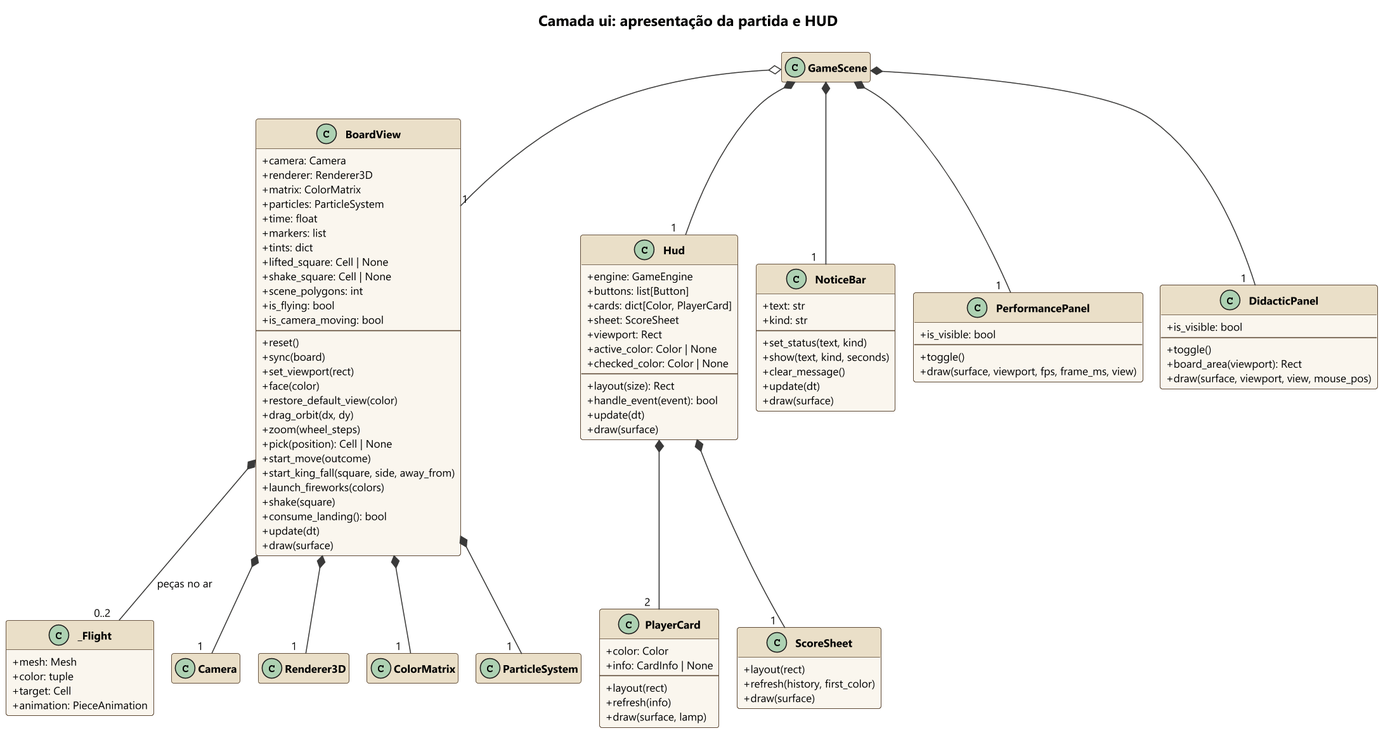
The PlantUML diagram docs/uml/img/classes_ui_partida.png in Kauhan33/chess-the-game, before a commit. Its source is kept beside it as docs/uml/classes_ui_partida.puml.
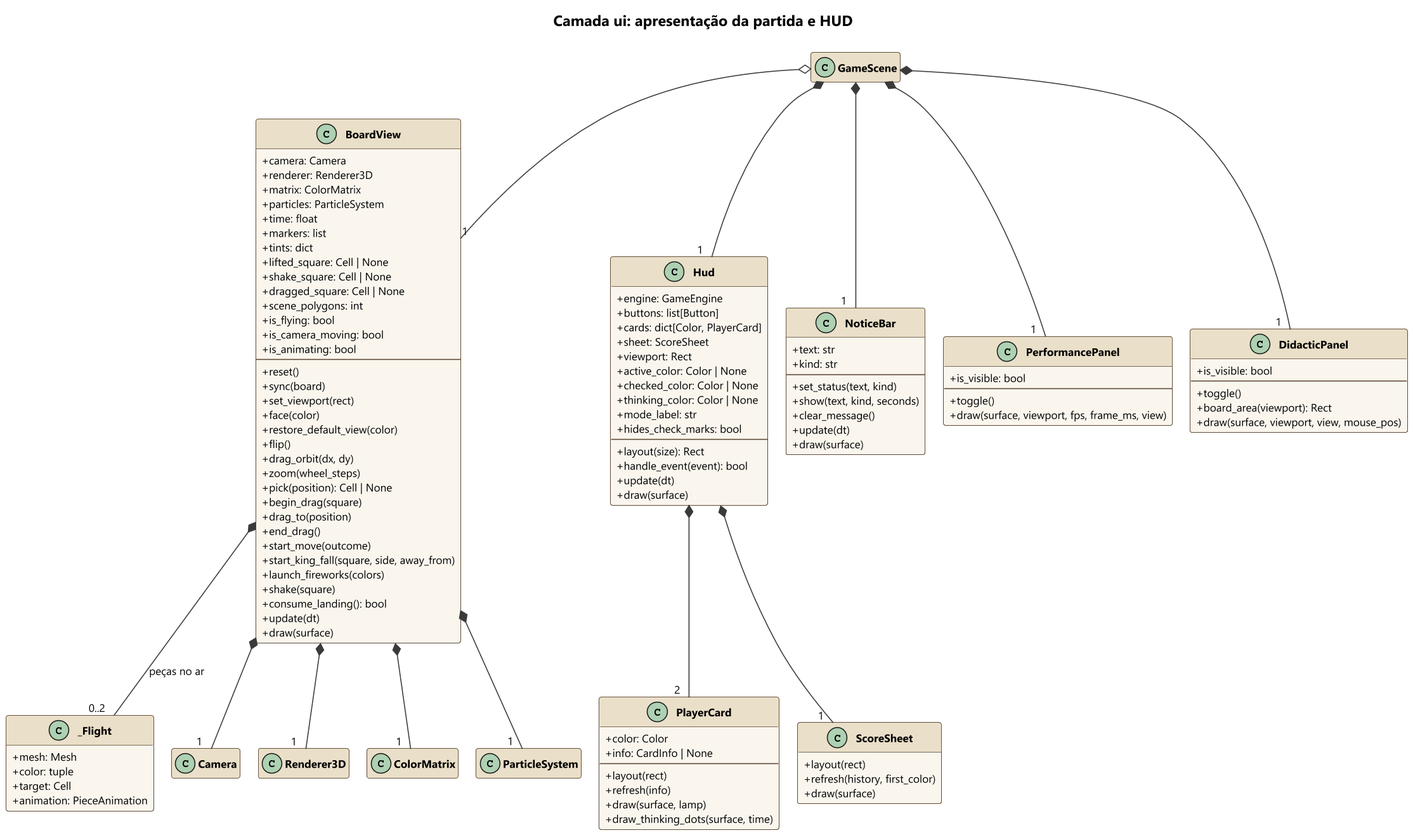
After the commit.

Diff of the diagram source:
```diff
@@ -16,18 +16,24 @@
   +tints: dict
   +lifted_square: Cell | None
   +shake_square: Cell | None
+  +dragged_square: Cell | None
   +scene_polygons: int
   +is_flying: bool
   +is_camera_moving: bool
+  +is_animating: bool
   --
   +reset()
   +sync(board)
   +set_viewport(rect)
   +face(color)
   +restore_default_view(color)
+  +flip()
   +drag_orbit(dx, dy)
   +zoom(wheel_steps)
   +pick(position): Cell | None
+  +begin_drag(square)
+  +drag_to(position)
+  +end_drag()
   +start_move(outcome)
   +start_king_fall(square, side, away_from)
   +launch_fireworks(colors)
@@ -52,6 +58,9 @@
   +viewport: Rect
   +active_color: Color | None
   +checked_color: Color | None
+  +thinking_color: Color | None
+  +mode_label: str
+  +hides_check_marks: bool
   --
   +layout(size): Rect
   +handle_event(event): bool
@@ -66,6 +75,7 @@
   +layout(rect)
   +refresh(info)
   +draw(surface, lamp)
+  +draw_thinking_dots(surface, time)
 }
 
 class ScoreSheet {
```
